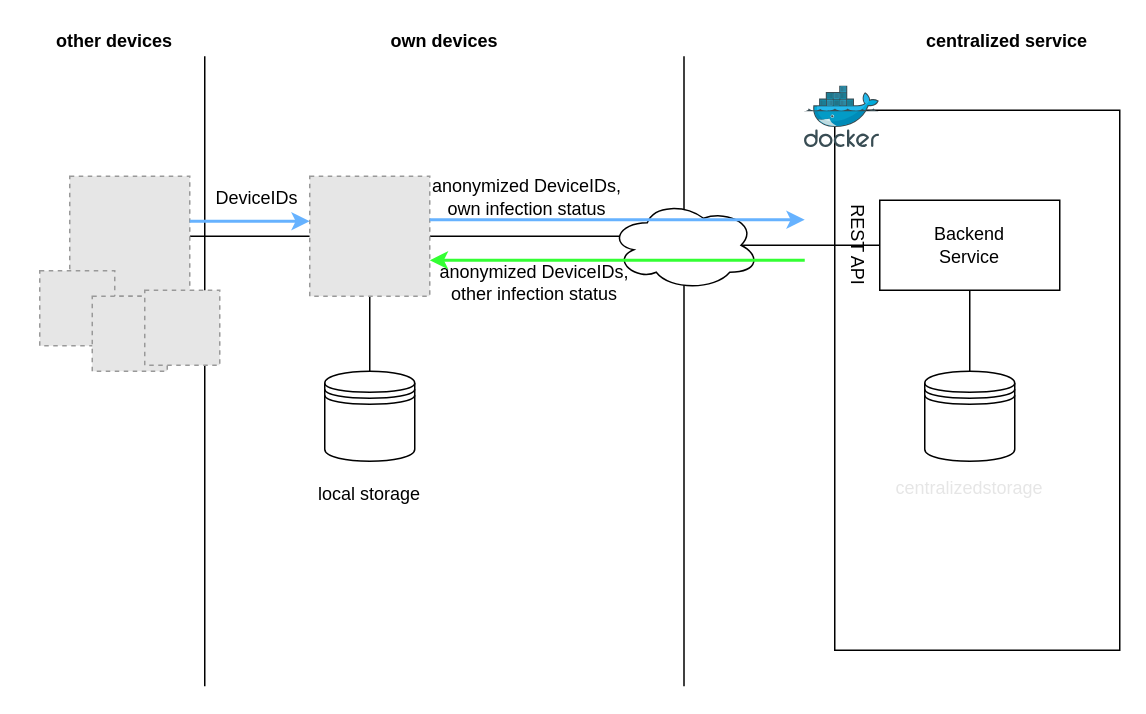
Earlier version of the draw.io diagram docs/drawio/architecture.drawio (generaliinformatik/mycoradar). Source tidied: cells renumbered, new cells numbered last; positions are measured from the earlier drawing's top-left corner, leaving out a move shared by most shapes. Both pictures are drawn from the tidied source at 150%, with x=0, y=0 at pixel (39, 26). Pictures stored in the file or linked from it are replaced by grey dashed boxes.
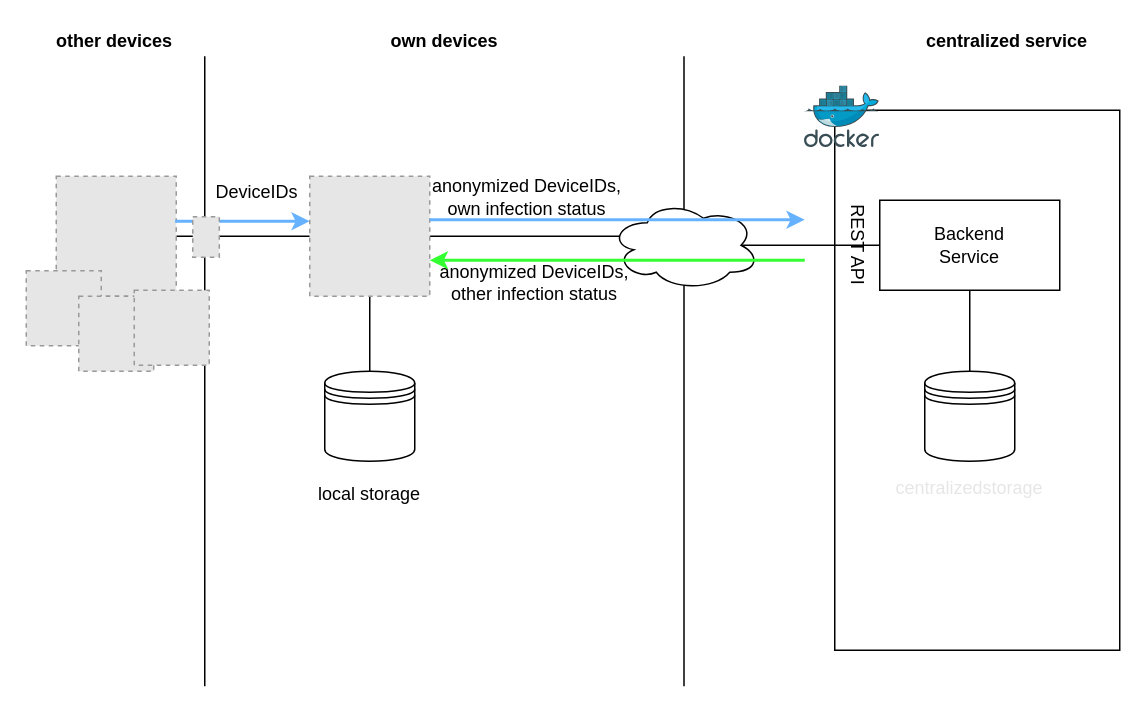
Above is the later version.

The edit, as a diff of the source:
```diff
@@
     <mxCell id="6" style="fillColor=#E6E6E6;strokeColor=#999999;dashed=1;html=1;verticalAlign=top;verticalLabelPosition=bottom;labelBackgroundColor=#ffffff;fontColor=#E6E6E6;" parent="1" vertex="1">
-      <mxGeometry x="20" y="100" width="80" height="80" as="geometry" />
+      <mxGeometry x="11" y="100" width="80" height="80" as="geometry" />
     </mxCell>
@@
     <mxCell id="21" value="DeviceIDs" style="text;html=1;strokeColor=none;fillColor=none;align=center;verticalAlign=middle;whiteSpace=wrap;rounded=0;fontColor=#000000;strokeWidth=2;" parent="1" vertex="1">
-      <mxGeometry x="70" y="100" width="150" height="30" as="geometry" />
+      <mxGeometry x="70" y="96" width="150" height="30" as="geometry" />
     </mxCell>
-    <mxCell id="22" style="endArrow=classic;html=1;strokeWidth=2;fontColor=#E6E6E6;strokeColor=#66B2FF;" parent="1" edge="1">
+    <mxCell id="22" style="endArrow=classic;html=1;strokeWidth=2;fontColor=#E6E6E6;strokeColor=#66B2FF;exitX=0.991;exitY=0.375;exitDx=0;exitDy=0;exitPerimeter=0;" parent="1" edge="1" source="6">
       <mxGeometry relative="1" as="geometry">
-        <mxPoint x="100" y="130" as="sourcePoint" />
         <mxPoint x="180" y="130" as="targetPoint" />
       </mxGeometry>
     </mxCell>
@@
     <mxCell id="29" style="fillColor=#E6E6E6;strokeColor=#999999;dashed=1;html=1;verticalAlign=top;verticalLabelPosition=bottom;labelBackgroundColor=#ffffff;fontColor=#000000;" parent="1" vertex="1">
-      <mxGeometry y="163" width="50" height="50" as="geometry" />
+      <mxGeometry x="-9" y="163" width="50" height="50" as="geometry" />
     </mxCell>
     <mxCell id="30" style="fillColor=#E6E6E6;strokeColor=#999999;dashed=1;html=1;verticalAlign=top;verticalLabelPosition=bottom;labelBackgroundColor=#ffffff;fontColor=#000000;" parent="1" vertex="1">
-      <mxGeometry x="35" y="180" width="50" height="50" as="geometry" />
+      <mxGeometry x="26" y="180" width="50" height="50" as="geometry" />
     </mxCell>
     <mxCell id="31" style="fillColor=#E6E6E6;strokeColor=#999999;dashed=1;html=1;verticalAlign=top;verticalLabelPosition=bottom;labelBackgroundColor=#ffffff;fontColor=#000000;" parent="1" vertex="1">
-      <mxGeometry x="70" y="176" width="50" height="50" as="geometry" />
+      <mxGeometry x="63" y="176" width="50" height="50" as="geometry" />
     </mxCell>
@@
+    <mxCell id="33" style="fillColor=#E6E6E6;strokeColor=#999999;dashed=1;verticalLabelPosition=bottom;labelBackgroundColor=#ffffff;verticalAlign=top;" parent="1" vertex="1">
+      <mxGeometry x="102" y="127" width="17.7" height="27" as="geometry" />
+    </mxCell>
```
